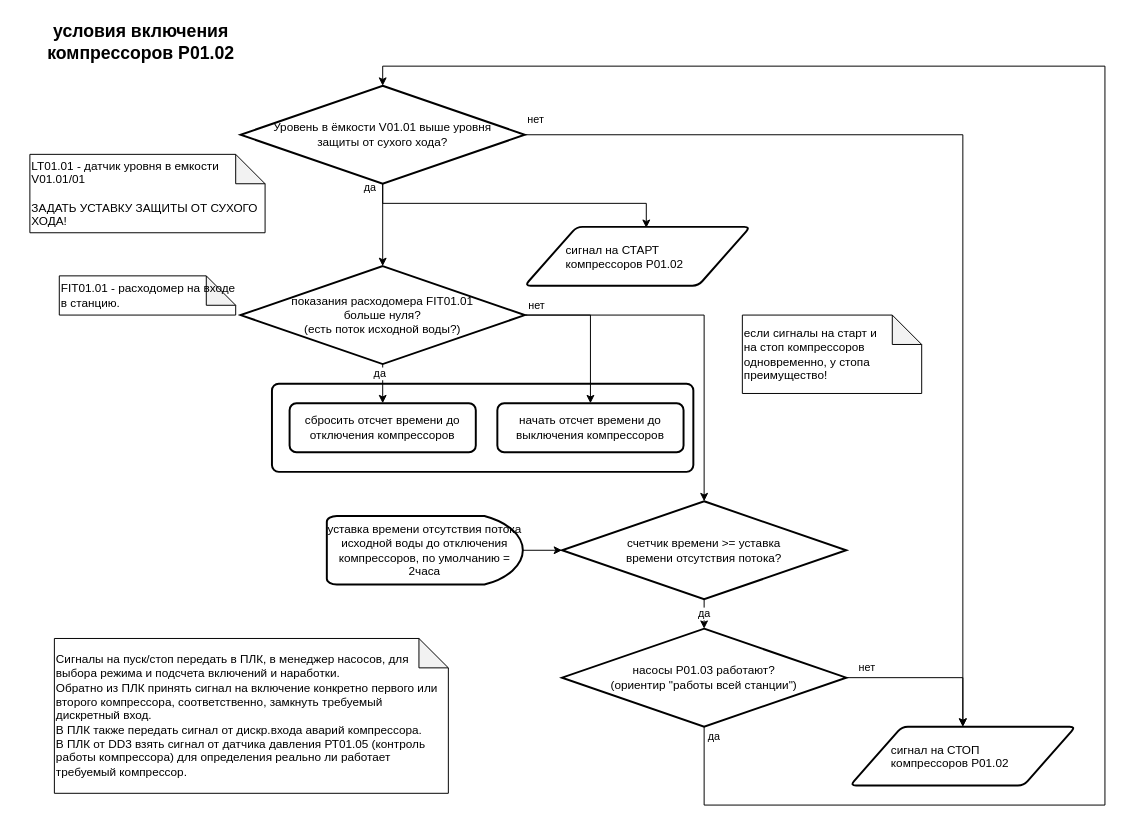
This is page "условия включения компрессоров Р01.02" (2 of 4) of CoDeSys/v2.3/owen/PLC160M02/VOS_Vorkuta/общий АСУ 1/ASU_1.drawio from otporuchik/PLC, a draw.io file, before an edit. Source tidied: cells renumbered, new cells numbered last; positions are measured from the earlier drawing's top-left corner, leaving out a move shared by most shapes. Both pictures are drawn from the tidied source at 98%, with x=0, y=0 at pixel (17, 17).
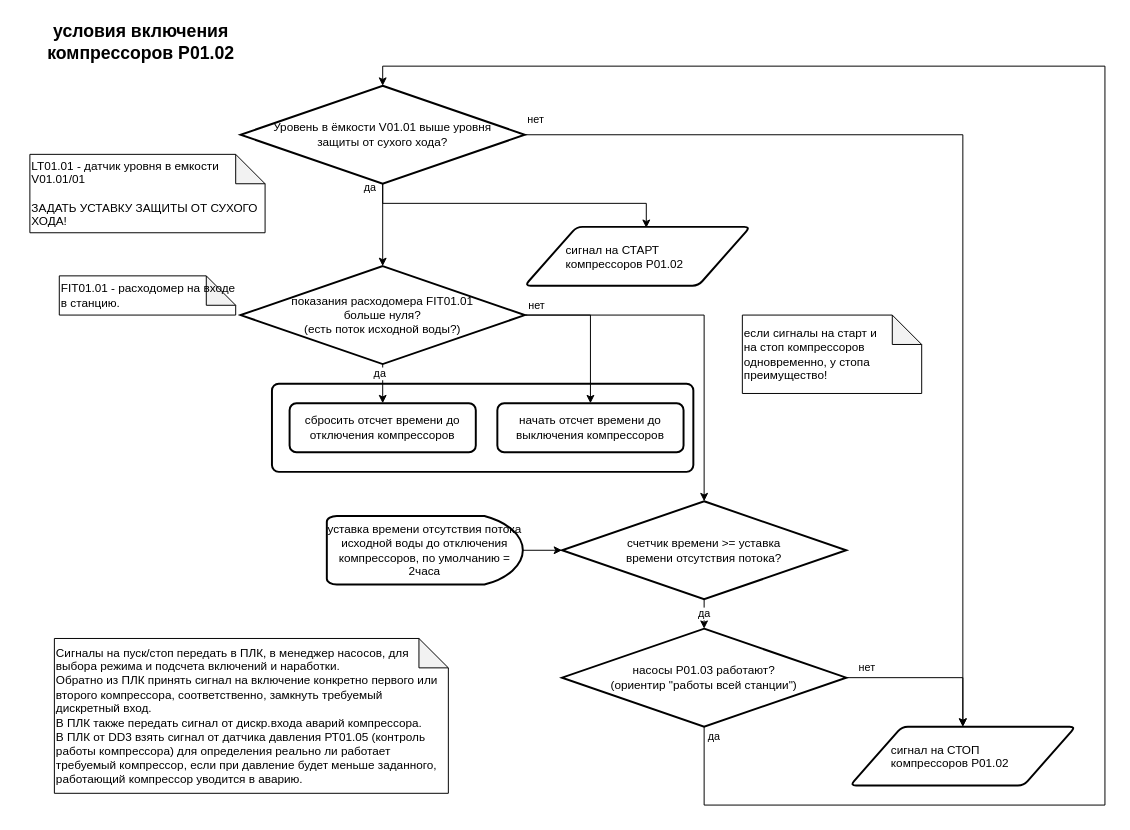
The same page after the edit.

Diff of the diagram source:
```diff
@@
-    <mxCell id="30" value="Сигналы на пуск/стоп передать в ПЛК, в менеджер насосов, для выбора режима и подсчета включений и наработки.&lt;br&gt;Обратно из ПЛК принять сигнал на включение конкретно первого или второго компрессора, соответственно, замкнуть требуемый дискретный вход.&lt;br&gt;В ПЛК также передать сигнал от дискр.входа аварий компрессора.&lt;br&gt;В ПЛК от DD3 взять сигнал от датчика давления РТ01.05 (контроль работы компрессора) для определения реально ли работает требуемый компрессор." style="shape=note;whiteSpace=wrap;html=1;backgroundOutline=1;darkOpacity=0.05;align=left;" parent="1" vertex="1">
+    <mxCell id="30" value="Сигналы на пуск/стоп передать в ПЛК, в менеджер насосов, для выбора режима и подсчета включений и наработки.&lt;br&gt;Обратно из ПЛК принять сигнал на включение конкретно первого или второго компрессора, соответственно, замкнуть требуемый дискретный вход.&lt;br&gt;В ПЛК также передать сигнал от дискр.входа аварий компрессора.&lt;br&gt;В ПЛК от DD3 взять сигнал от датчика давления РТ01.05 (контроль работы компрессора) для определения реально ли работает требуемый компрессор, если при давление будет меньше заданного, работающий компрессор уводится в аварию." style="shape=note;whiteSpace=wrap;html=1;backgroundOutline=1;darkOpacity=0.05;align=left;" parent="1" vertex="1">
       <mxGeometry x="38" y="634" width="402" height="158" as="geometry" />
     </mxCell>
```
